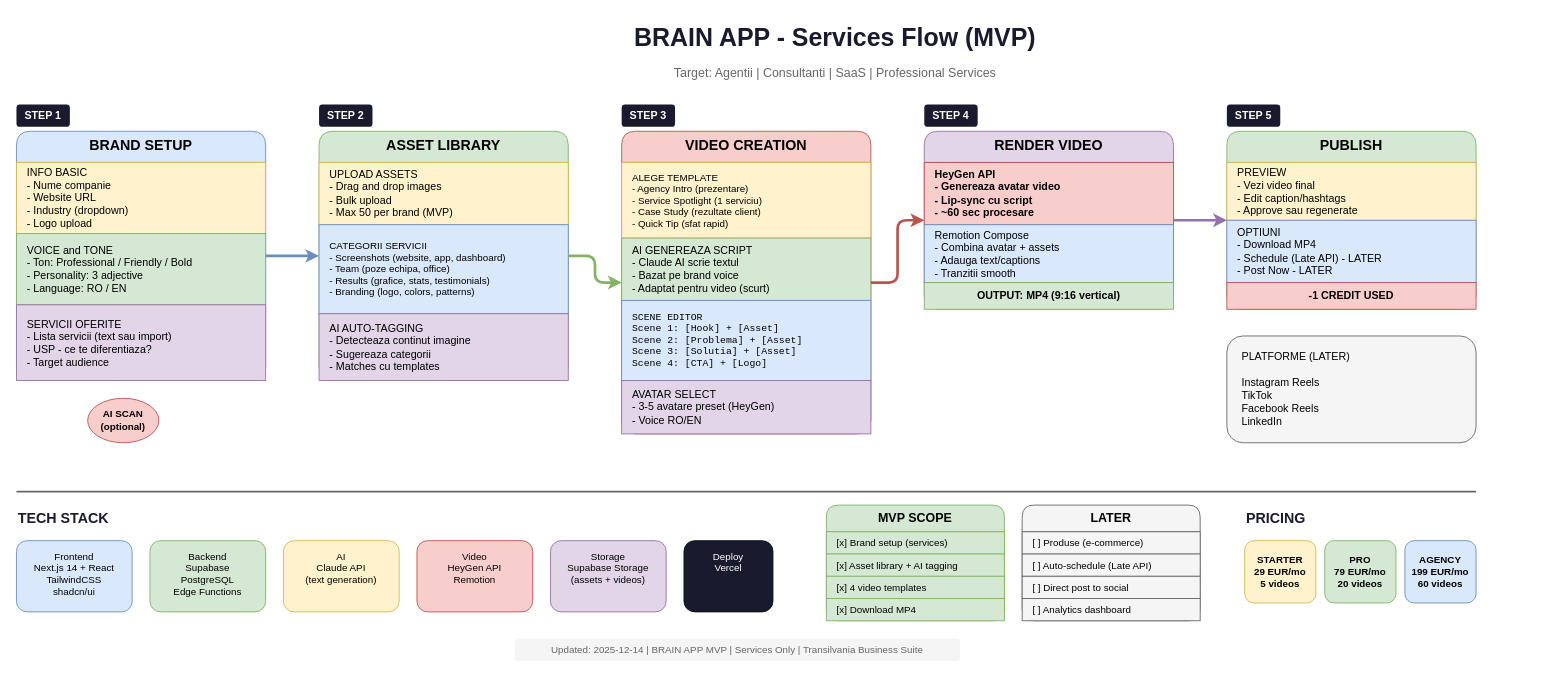
Earlier version of the draw.io diagram brain.drawio (sebastianvat/base18). Source tidied: cells renumbered, new cells numbered last; positions are measured from the earlier drawing's top-left corner, leaving out a move shared by most shapes. Both pictures are drawn from the tidied source at 89%, with x=0, y=0 at pixel (16, 15).
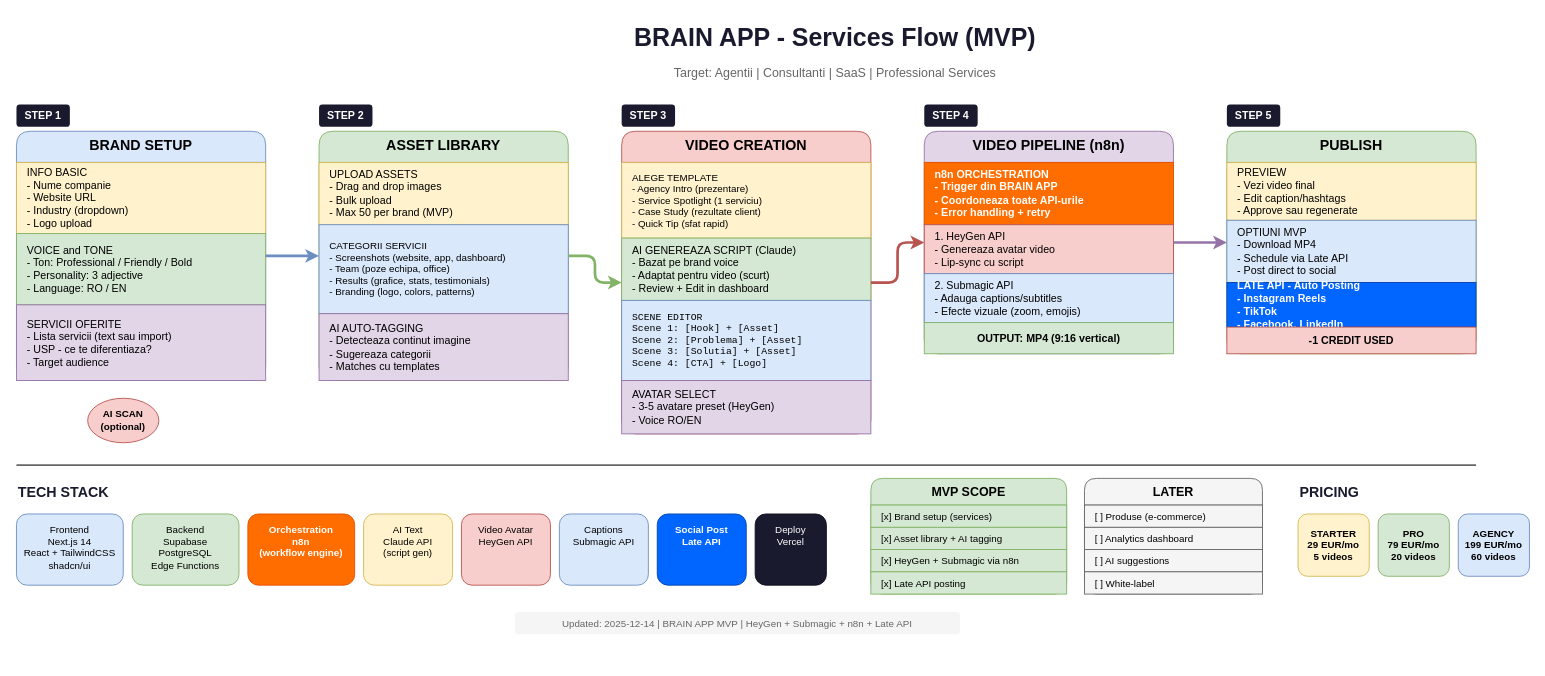
The same page after the edit.

Commit message:
Fix: HeyGen + Submagic + n8n (not Remotion)

Unchanged cells that the change refers to:
```xml
<mxCell id="18" value="VIDEO CREATION" style="swimlane;fontStyle=1;align=center;verticalAlign=top;horizontal=1;startSize=35;fillColor=#f8cecc;strokeColor=#b85450;rounded=1;fontSize=16;" parent="1" vertex="1">
  <mxGeometry x="680" y="130" width="280" height="340" as="geometry" />
</mxCell>
```

Change to the diagram source:
```diff
@@
-    <mxCell id="20" value="AI GENEREAZA SCRIPT&#10;- Claude AI scrie textul&#10;- Bazat pe brand voice&#10;- Adaptat pentru video (scurt)" style="rounded=0;whiteSpace=wrap;html=1;fillColor=#d5e8d4;strokeColor=#82b366;align=left;spacingLeft=10;fontSize=12;" parent="18" vertex="1">
+    <mxCell id="20" value="AI GENEREAZA SCRIPT (Claude)&#10;- Bazat pe brand voice&#10;- Adaptat pentru video (scurt)&#10;- Review + Edit in dashboard" style="rounded=0;whiteSpace=wrap;html=1;fillColor=#d5e8d4;strokeColor=#82b366;align=left;spacingLeft=10;fontSize=12;" parent="18" vertex="1">
       <mxGeometry y="120" width="280" height="70" as="geometry" />
     </mxCell>
@@
-    <mxCell id="25" value="RENDER VIDEO" style="swimlane;fontStyle=1;align=center;verticalAlign=top;horizontal=1;startSize=35;fillColor=#e1d5e7;strokeColor=#9673a6;rounded=1;fontSize=16;" parent="1" vertex="1">
-      <mxGeometry x="1020" y="130" width="280" height="200" as="geometry" />
+    <mxCell id="25" value="VIDEO PIPELINE (n8n)" style="swimlane;fontStyle=1;align=center;verticalAlign=top;horizontal=1;startSize=35;fillColor=#e1d5e7;strokeColor=#9673a6;rounded=1;fontSize=16;" parent="1" vertex="1">
+      <mxGeometry x="1020" y="130" width="280" height="250" as="geometry" />
     </mxCell>
+    <mxCell id="59" value="n8n ORCHESTRATION&#10;- Trigger din BRAIN APP&#10;- Coordoneaza toate API-urile&#10;- Error handling + retry" style="rounded=0;whiteSpace=wrap;html=1;fillColor=#FF6D00;strokeColor=#E65100;fontColor=#ffffff;align=left;spacingLeft=10;fontSize=12;fontStyle=1;" parent="25" vertex="1">
+      <mxGeometry y="35" width="280" height="70" as="geometry" />
+    </mxCell>
-    <mxCell id="26" value="HeyGen API&#10;- Genereaza avatar video&#10;- Lip-sync cu script&#10;- ~60 sec procesare" style="rounded=0;whiteSpace=wrap;html=1;fillColor=#f8cecc;strokeColor=#b85450;align=left;spacingLeft=10;fontSize=12;fontStyle=1;" parent="25" vertex="1">
-      <mxGeometry y="35" width="280" height="70" as="geometry" />
+    <mxCell id="26" value="1. HeyGen API&#10;   - Genereaza avatar video&#10;   - Lip-sync cu script" style="rounded=0;whiteSpace=wrap;html=1;fillColor=#f8cecc;strokeColor=#b85450;align=left;spacingLeft=10;fontSize=12;" parent="25" vertex="1">
+      <mxGeometry y="105" width="280" height="55" as="geometry" />
     </mxCell>
-    <mxCell id="27" value="Remotion Compose&#10;- Combina avatar + assets&#10;- Adauga text/captions&#10;- Tranzitii smooth" style="rounded=0;whiteSpace=wrap;html=1;fillColor=#dae8fc;strokeColor=#6c8ebf;align=left;spacingLeft=10;fontSize=12;" parent="25" vertex="1">
-      <mxGeometry y="105" width="280" height="65" as="geometry" />
-    </mxCell>
+    <mxCell id="60" value="2. Submagic API&#10;   - Adauga captions/subtitles&#10;   - Efecte vizuale (zoom, emojis)" style="rounded=0;whiteSpace=wrap;html=1;fillColor=#dae8fc;strokeColor=#6c8ebf;align=left;spacingLeft=10;fontSize=12;" parent="25" vertex="1">
+      <mxGeometry y="160" width="280" height="55" as="geometry" />
+    </mxCell>
     <mxCell id="28" value="OUTPUT: MP4 (9:16 vertical)" style="rounded=0;whiteSpace=wrap;html=1;fillColor=#d5e8d4;strokeColor=#82b366;align=center;fontSize=12;fontStyle=1;" parent="25" vertex="1">
-      <mxGeometry y="170" width="280" height="30" as="geometry" />
+      <mxGeometry y="215" width="280" height="35" as="geometry" />
     </mxCell>
@@
     <mxCell id="31" value="PUBLISH" style="swimlane;fontStyle=1;align=center;verticalAlign=top;horizontal=1;startSize=35;fillColor=#d5e8d4;strokeColor=#82b366;rounded=1;fontSize=16;" parent="1" vertex="1">
-      <mxGeometry x="1360" y="130" width="280" height="200" as="geometry" />
+      <mxGeometry x="1360" y="130" width="280" height="250" as="geometry" />
     </mxCell>
@@
-    <mxCell id="33" value="OPTIUNI&#10;- Download MP4&#10;- Schedule (Late API) - LATER&#10;- Post Now - LATER" style="rounded=0;whiteSpace=wrap;html=1;fillColor=#dae8fc;strokeColor=#6c8ebf;align=left;spacingLeft=10;fontSize=12;" parent="31" vertex="1">
+    <mxCell id="33" value="OPTIUNI MVP&#10;- Download MP4&#10;- Schedule via Late API&#10;- Post direct to social" style="rounded=0;whiteSpace=wrap;html=1;fillColor=#dae8fc;strokeColor=#6c8ebf;align=left;spacingLeft=10;fontSize=12;" parent="31" vertex="1">
       <mxGeometry y="100" width="280" height="70" as="geometry" />
     </mxCell>
+    <mxCell id="61" value="LATE API - Auto Posting&#10;- Instagram Reels&#10;- TikTok&#10;- Facebook, LinkedIn" style="rounded=0;whiteSpace=wrap;html=1;fillColor=#0066FF;strokeColor=#0044AA;fontColor=#ffffff;align=left;spacingLeft=10;fontSize=12;fontStyle=1;" parent="31" vertex="1">
+      <mxGeometry y="170" width="280" height="50" as="geometry" />
+    </mxCell>
     <mxCell id="34" value="-1 CREDIT USED" style="rounded=0;whiteSpace=wrap;html=1;fillColor=#f8cecc;strokeColor=#b85450;align=center;fontSize=12;fontStyle=1;" parent="31" vertex="1">
-      <mxGeometry y="170" width="280" height="30" as="geometry" />
+      <mxGeometry y="220" width="280" height="30" as="geometry" />
     </mxCell>
-    <mxCell id="35" value="PLATFORME (LATER)&#10;&#10;Instagram Reels&#10;TikTok&#10;Facebook Reels&#10;LinkedIn" style="rounded=1;whiteSpace=wrap;html=1;fillColor=#f5f5f5;strokeColor=#666666;strokeDashArray=8 8;align=left;spacingLeft=15;fontSize=12;verticalAlign=top;spacingTop=10;" parent="1" vertex="1">
-      <mxGeometry x="1360" y="360" width="280" height="120" as="geometry" />
-    </mxCell>
     <mxCell id="36" style="line;strokeWidth=2;fillColor=none;align=left;verticalAlign=middle;spacingTop=-1;spacingLeft=3;spacingRight=3;labelPosition=right;strokeColor=#666666;" parent="1" vertex="1">
-      <mxGeometry y="530" width="1640" height="10" as="geometry" />
+      <mxGeometry y="500" width="1640" height="10" as="geometry" />
     </mxCell>
     <mxCell id="37" value="TECH STACK" style="text;html=1;strokeColor=none;fillColor=none;align=left;verticalAlign=middle;whiteSpace=wrap;rounded=0;fontSize=16;fontStyle=1;fontColor=#1a1a2e;" parent="1" vertex="1">
-      <mxGeometry y="550" width="150" height="30" as="geometry" />
+      <mxGeometry y="520" width="150" height="30" as="geometry" />
     </mxCell>
-    <mxCell id="38" value="Frontend&#10;Next.js 14 + React&#10;TailwindCSS&#10;shadcn/ui" style="rounded=1;whiteSpace=wrap;html=1;fillColor=#dae8fc;strokeColor=#6c8ebf;align=center;fontSize=11;verticalAlign=top;spacingTop=5;" parent="1" vertex="1">
-      <mxGeometry y="590" width="130" height="80" as="geometry" />
+    <mxCell id="38" value="Frontend&#10;Next.js 14&#10;React + TailwindCSS&#10;shadcn/ui" style="rounded=1;whiteSpace=wrap;html=1;fillColor=#dae8fc;strokeColor=#6c8ebf;align=center;fontSize=11;verticalAlign=top;spacingTop=5;" parent="1" vertex="1">
+      <mxGeometry y="560" width="120" height="80" as="geometry" />
     </mxCell>
     <mxCell id="39" value="Backend&#10;Supabase&#10;PostgreSQL&#10;Edge Functions" style="rounded=1;whiteSpace=wrap;html=1;fillColor=#d5e8d4;strokeColor=#82b366;align=center;fontSize=11;verticalAlign=top;spacingTop=5;" parent="1" vertex="1">
-      <mxGeometry x="150" y="590" width="130" height="80" as="geometry" />
+      <mxGeometry x="130" y="560" width="120" height="80" as="geometry" />
     </mxCell>
+    <mxCell id="62" value="Orchestration&#10;n8n&#10;(workflow engine)" style="rounded=1;whiteSpace=wrap;html=1;fillColor=#FF6D00;strokeColor=#E65100;fontColor=#ffffff;align=center;fontSize=11;verticalAlign=top;spacingTop=5;fontStyle=1;" parent="1" vertex="1">
+      <mxGeometry x="260" y="560" width="120" height="80" as="geometry" />
+    </mxCell>
-    <mxCell id="40" value="AI&#10;Claude API&#10;(text generation)" style="rounded=1;whiteSpace=wrap;html=1;fillColor=#fff2cc;strokeColor=#d6b656;align=center;fontSize=11;verticalAlign=top;spacingTop=5;" parent="1" vertex="1">
-      <mxGeometry x="300" y="590" width="130" height="80" as="geometry" />
+    <mxCell id="40" value="AI Text&#10;Claude API&#10;(script gen)" style="rounded=1;whiteSpace=wrap;html=1;fillColor=#fff2cc;strokeColor=#d6b656;align=center;fontSize=11;verticalAlign=top;spacingTop=5;" parent="1" vertex="1">
+      <mxGeometry x="390" y="560" width="100" height="80" as="geometry" />
     </mxCell>
-    <mxCell id="41" value="Video&#10;HeyGen API&#10;Remotion" style="rounded=1;whiteSpace=wrap;html=1;fillColor=#f8cecc;strokeColor=#b85450;align=center;fontSize=11;verticalAlign=top;spacingTop=5;" parent="1" vertex="1">
-      <mxGeometry x="450" y="590" width="130" height="80" as="geometry" />
-    </mxCell>
-    <mxCell id="42" value="Storage&#10;Supabase Storage&#10;(assets + videos)" style="rounded=1;whiteSpace=wrap;html=1;fillColor=#e1d5e7;strokeColor=#9673a6;align=center;fontSize=11;verticalAlign=top;spacingTop=5;" parent="1" vertex="1">
-      <mxGeometry x="600" y="590" width="130" height="80" as="geometry" />
-    </mxCell>
+    <mxCell id="63" value="Video Avatar&#10;HeyGen API" style="rounded=1;whiteSpace=wrap;html=1;fillColor=#f8cecc;strokeColor=#b85450;align=center;fontSize=11;verticalAlign=top;spacingTop=5;" parent="1" vertex="1">
+      <mxGeometry x="500" y="560" width="100" height="80" as="geometry" />
+    </mxCell>
+    <mxCell id="64" value="Captions&#10;Submagic API" style="rounded=1;whiteSpace=wrap;html=1;fillColor=#dae8fc;strokeColor=#6c8ebf;align=center;fontSize=11;verticalAlign=top;spacingTop=5;" parent="1" vertex="1">
+      <mxGeometry x="610" y="560" width="100" height="80" as="geometry" />
+    </mxCell>
+    <mxCell id="65" value="Social Post&#10;Late API" style="rounded=1;whiteSpace=wrap;html=1;fillColor=#0066FF;strokeColor=#0044AA;fontColor=#ffffff;align=center;fontSize=11;verticalAlign=top;spacingTop=5;fontStyle=1;" parent="1" vertex="1">
+      <mxGeometry x="720" y="560" width="100" height="80" as="geometry" />
+    </mxCell>
     <mxCell id="43" value="Deploy&#10;Vercel" style="rounded=1;whiteSpace=wrap;html=1;fillColor=#1a1a2e;strokeColor=#0d0d1a;fontColor=#ffffff;align=center;fontSize=11;verticalAlign=top;spacingTop=5;" parent="1" vertex="1">
-      <mxGeometry x="750" y="590" width="100" height="80" as="geometry" />
+      <mxGeometry x="830" y="560" width="80" height="80" as="geometry" />
     </mxCell>
     <mxCell id="44" value="MVP SCOPE" style="swimlane;fontStyle=1;align=center;verticalAlign=top;horizontal=1;startSize=30;fillColor=#d5e8d4;strokeColor=#82b366;rounded=1;fontSize=14;" parent="1" vertex="1">
-      <mxGeometry x="910" y="550" width="200" height="130" as="geometry" />
+      <mxGeometry x="960" y="520" width="220" height="130" as="geometry" />
     </mxCell>
     <mxCell id="45" value="[x] Brand setup (services)" style="rounded=0;whiteSpace=wrap;html=1;fillColor=#d5e8d4;strokeColor=#82b366;align=left;spacingLeft=10;fontSize=11;" parent="44" vertex="1">
-      <mxGeometry y="30" width="200" height="25" as="geometry" />
+      <mxGeometry y="30" width="220" height="25" as="geometry" />
     </mxCell>
     <mxCell id="46" value="[x] Asset library + AI tagging" style="rounded=0;whiteSpace=wrap;html=1;fillColor=#d5e8d4;strokeColor=#82b366;align=left;spacingLeft=10;fontSize=11;" parent="44" vertex="1">
-      <mxGeometry y="55" width="200" height="25" as="geometry" />
+      <mxGeometry y="55" width="220" height="25" as="geometry" />
     </mxCell>
-    <mxCell id="47" value="[x] 4 video templates" style="rounded=0;whiteSpace=wrap;html=1;fillColor=#d5e8d4;strokeColor=#82b366;align=left;spacingLeft=10;fontSize=11;" parent="44" vertex="1">
-      <mxGeometry y="80" width="200" height="25" as="geometry" />
+    <mxCell id="47" value="[x] HeyGen + Submagic via n8n" style="rounded=0;whiteSpace=wrap;html=1;fillColor=#d5e8d4;strokeColor=#82b366;align=left;spacingLeft=10;fontSize=11;" parent="44" vertex="1">
+      <mxGeometry y="80" width="220" height="25" as="geometry" />
     </mxCell>
-    <mxCell id="48" value="[x] Download MP4" style="rounded=0;whiteSpace=wrap;html=1;fillColor=#d5e8d4;strokeColor=#82b366;align=left;spacingLeft=10;fontSize=11;" parent="44" vertex="1">
-      <mxGeometry y="105" width="200" height="25" as="geometry" />
+    <mxCell id="48" value="[x] Late API posting" style="rounded=0;whiteSpace=wrap;html=1;fillColor=#d5e8d4;strokeColor=#82b366;align=left;spacingLeft=10;fontSize=11;" parent="44" vertex="1">
+      <mxGeometry y="105" width="220" height="25" as="geometry" />
     </mxCell>
     <mxCell id="49" value="LATER" style="swimlane;fontStyle=1;align=center;verticalAlign=top;horizontal=1;startSize=30;fillColor=#f5f5f5;strokeColor=#666666;rounded=1;fontSize=14;strokeDashArray=8 8;" parent="1" vertex="1">
-      <mxGeometry x="1130" y="550" width="200" height="130" as="geometry" />
+      <mxGeometry x="1200" y="520" width="200" height="130" as="geometry" />
     </mxCell>
@@
-    <mxCell id="51" value="[ ] Auto-schedule (Late API)" style="rounded=0;whiteSpace=wrap;html=1;fillColor=#f5f5f5;strokeColor=#666666;align=left;spacingLeft=10;fontSize=11;" parent="49" vertex="1">
+    <mxCell id="51" value="[ ] Analytics dashboard" style="rounded=0;whiteSpace=wrap;html=1;fillColor=#f5f5f5;strokeColor=#666666;align=left;spacingLeft=10;fontSize=11;" parent="49" vertex="1">
       <mxGeometry y="55" width="200" height="25" as="geometry" />
     </mxCell>
-    <mxCell id="52" value="[ ] Direct post to social" style="rounded=0;whiteSpace=wrap;html=1;fillColor=#f5f5f5;strokeColor=#666666;align=left;spacingLeft=10;fontSize=11;" parent="49" vertex="1">
+    <mxCell id="52" value="[ ] AI suggestions" style="rounded=0;whiteSpace=wrap;html=1;fillColor=#f5f5f5;strokeColor=#666666;align=left;spacingLeft=10;fontSize=11;" parent="49" vertex="1">
       <mxGeometry y="80" width="200" height="25" as="geometry" />
     </mxCell>
-    <mxCell id="53" value="[ ] Analytics dashboard" style="rounded=0;whiteSpace=wrap;html=1;fillColor=#f5f5f5;strokeColor=#666666;align=left;spacingLeft=10;fontSize=11;" parent="49" vertex="1">
+    <mxCell id="53" value="[ ] White-label" style="rounded=0;whiteSpace=wrap;html=1;fillColor=#f5f5f5;strokeColor=#666666;align=left;spacingLeft=10;fontSize=11;" parent="49" vertex="1">
       <mxGeometry y="105" width="200" height="25" as="geometry" />
     </mxCell>
     <mxCell id="54" value="PRICING" style="text;html=1;strokeColor=none;fillColor=none;align=left;verticalAlign=middle;whiteSpace=wrap;rounded=0;fontSize=16;fontStyle=1;fontColor=#1a1a2e;" parent="1" vertex="1">
-      <mxGeometry x="1380" y="550" width="100" height="30" as="geometry" />
+      <mxGeometry x="1440" y="520" width="100" height="30" as="geometry" />
     </mxCell>
     <mxCell id="55" value="STARTER&#10;29 EUR/mo&#10;5 videos" style="rounded=1;whiteSpace=wrap;html=1;fillColor=#fff2cc;strokeColor=#d6b656;align=center;fontSize=11;fontStyle=1;" parent="1" vertex="1">
-      <mxGeometry x="1380" y="590" width="80" height="70" as="geometry" />
+      <mxGeometry x="1440" y="560" width="80" height="70" as="geometry" />
     </mxCell>
     <mxCell id="56" value="PRO&#10;79 EUR/mo&#10;20 videos" style="rounded=1;whiteSpace=wrap;html=1;fillColor=#d5e8d4;strokeColor=#82b366;align=center;fontSize=11;fontStyle=1;" parent="1" vertex="1">
-      <mxGeometry x="1470" y="590" width="80" height="70" as="geometry" />
+      <mxGeometry x="1530" y="560" width="80" height="70" as="geometry" />
     </mxCell>
     <mxCell id="57" value="AGENCY&#10;199 EUR/mo&#10;60 videos" style="rounded=1;whiteSpace=wrap;html=1;fillColor=#dae8fc;strokeColor=#6c8ebf;align=center;fontSize=11;fontStyle=1;" parent="1" vertex="1">
-      <mxGeometry x="1560" y="590" width="80" height="70" as="geometry" />
+      <mxGeometry x="1620" y="560" width="80" height="70" as="geometry" />
     </mxCell>
-    <mxCell id="58" value="Updated: 2025-12-14 | BRAIN APP MVP | Services Only | Transilvania Business Suite" style="text;html=1;strokeColor=none;fillColor=#f5f5f5;align=center;verticalAlign=middle;whiteSpace=wrap;rounded=1;fontSize=11;fontColor=#666666;" parent="1" vertex="1">
-      <mxGeometry x="560" y="700" width="500" height="25" as="geometry" />
+    <mxCell id="58" value="Updated: 2025-12-14 | BRAIN APP MVP | HeyGen + Submagic + n8n + Late API" style="text;html=1;strokeColor=none;fillColor=#f5f5f5;align=center;verticalAlign=middle;whiteSpace=wrap;rounded=1;fontSize=11;fontColor=#666666;" parent="1" vertex="1">
+      <mxGeometry x="560" y="670" width="500" height="25" as="geometry" />
     </mxCell>
```
